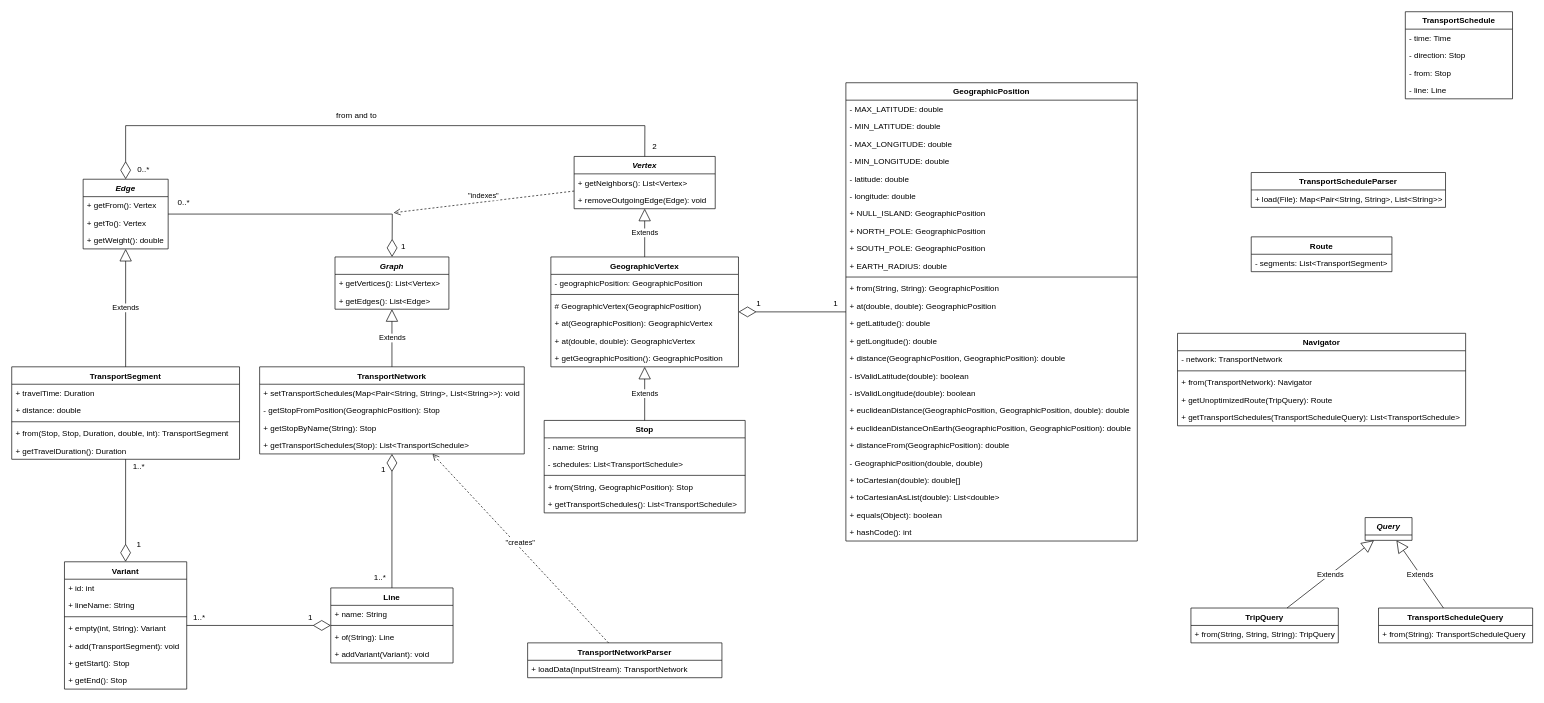
Before: diagrams/model.drawio in SkyNalix/MoriaMap, a draw.io diagram. Source tidied: cells renumbered, new cells numbered last; positions are measured from the earlier drawing's top-left corner, leaving out a move shared by most shapes. Both pictures are drawn from the tidied source at 67%, with x=0, y=0 at pixel (11, 11).
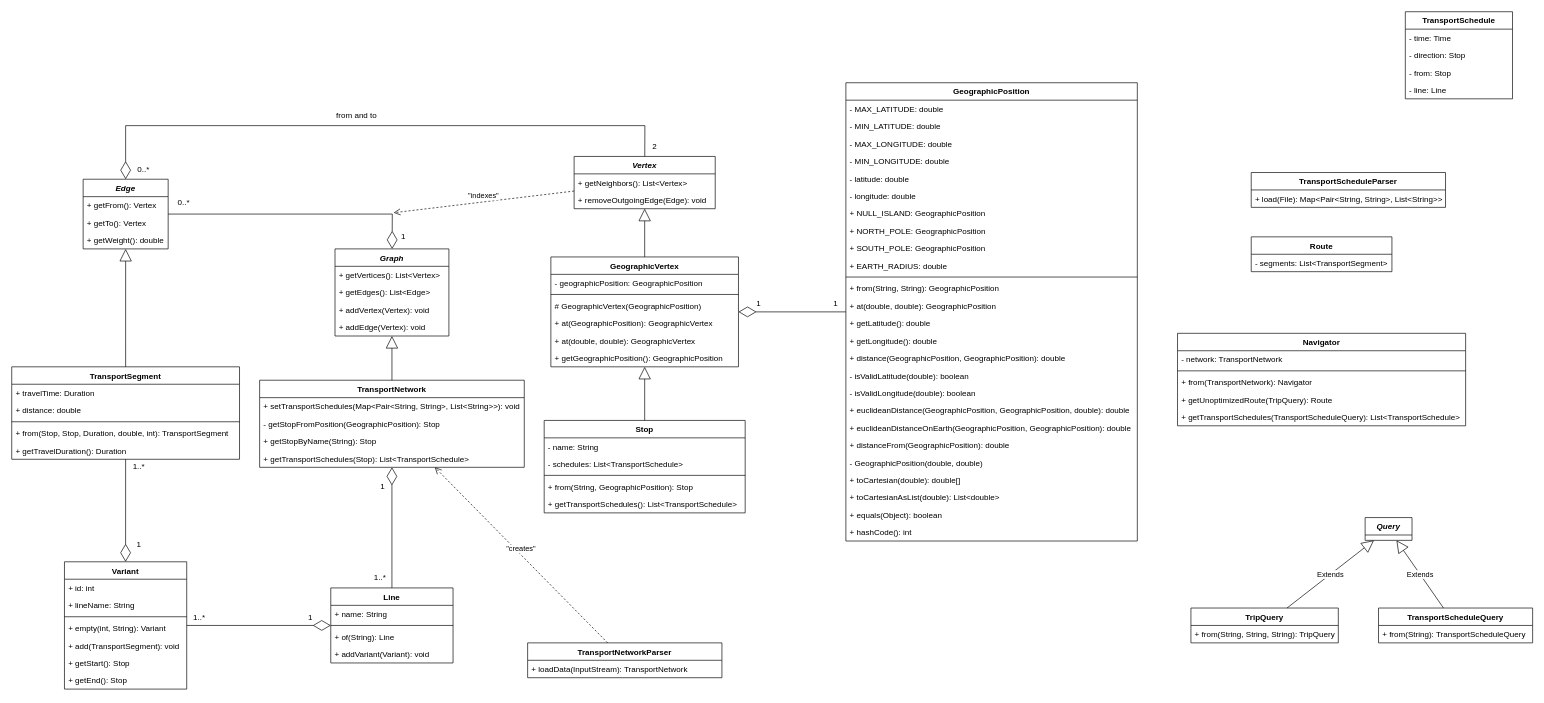
After the change.

Commit message (it also covers changes not shown here):
Add map of vertex to outgoing edges in Graph class

The change refers to these unchanged cells:
```xml
<mxCell id="18" value="Stop" style="swimlane;fontStyle=1;align=center;verticalAlign=top;horizontal=1;startSize=26;" parent="1" vertex="1">
  <mxGeometry x="794.7" y="610" width="300" height="138" as="geometry" />
</mxCell>
<mxCell id="24" value="Vertex" style="swimlane;fontStyle=3;align=center;verticalAlign=top;horizontal=1;startSize=26;" parent="1" vertex="1">
  <mxGeometry x="839.4" y="216" width="210.6" height="78" as="geometry" />
</mxCell>
<mxCell id="64" value="Edge" style="swimlane;fontStyle=3;align=center;verticalAlign=top;horizontal=1;startSize=26;" parent="1" vertex="1">
  <mxGeometry x="106.6" y="250" width="126.9" height="104" as="geometry" />
</mxCell>
<mxCell id="68" value="TransportSegment" style="swimlane;fontStyle=1;align=center;verticalAlign=top;horizontal=1;startSize=26;" parent="1" vertex="1">
  <mxGeometry y="530" width="340" height="138" as="geometry" />
</mxCell>
<mxCell id="82" value="GeographicVertex" style="swimlane;fontStyle=1;align=center;verticalAlign=top;horizontal=1;startSize=26;" parent="1" vertex="1">
  <mxGeometry x="804.7" y="366" width="280" height="164" as="geometry" />
</mxCell>
```

Change to the diagram source:
```diff
@@
     <mxCell id="2" value="Graph" style="swimlane;fontStyle=3;align=center;verticalAlign=top;horizontal=1;startSize=26;" parent="1" vertex="1">
-      <mxGeometry x="482.5" y="366" width="170" height="78" as="geometry" />
+      <mxGeometry x="482.5" y="354" width="170" height="130" as="geometry" />
     </mxCell>
@@
+    <mxCell id="125" value="+ addVertex(Vertex): void" style="text;strokeColor=none;fillColor=none;align=left;verticalAlign=top;spacingLeft=4;spacingRight=4;overflow=hidden;" parent="2" vertex="1">
+      <mxGeometry y="78" width="170" height="26" as="geometry" />
+    </mxCell>
+    <mxCell id="126" value="+ addEdge(Vertex): void" style="text;strokeColor=none;fillColor=none;align=left;verticalAlign=top;spacingLeft=4;spacingRight=4;overflow=hidden;" parent="2" vertex="1">
+      <mxGeometry y="104" width="170" height="26" as="geometry" />
+    </mxCell>
@@
     <mxCell id="7" value="TransportNetwork" style="swimlane;fontStyle=1;align=center;verticalAlign=top;horizontal=1;startSize=26;" parent="1" vertex="1">
-      <mxGeometry x="370" y="530" width="395" height="130" as="geometry" />
+      <mxGeometry x="370" y="550" width="395" height="130" as="geometry" />
     </mxCell>
@@
-    <mxCell id="12" value="Extends" style="endArrow=block;endSize=16;endFill=0;html=1;rounded=0;" parent="1" edge="1" source="7" target="2">
-      <mxGeometry relative="1" as="geometry" />
-    </mxCell>
@@
-    <mxCell id="81" value="Extends" style="endArrow=block;endSize=16;endFill=0;html=1;rounded=0;" parent="1" edge="1" source="82" target="24">
+    <mxCell id="81" style="endArrow=block;endSize=16;endFill=0;html=1;rounded=0;" parent="1" edge="1" source="82" target="24">
       <mxGeometry relative="1" as="geometry" />
     </mxCell>
@@
-    <mxCell id="89" value="Extends" style="endArrow=block;endSize=16;endFill=0;html=1;rounded=0;" parent="1" edge="1" source="18" target="82">
+    <mxCell id="89" style="endArrow=block;endSize=16;endFill=0;html=1;rounded=0;" parent="1" edge="1" source="18" target="82">
       <mxGeometry relative="1" as="geometry" />
     </mxCell>
@@
-    <mxCell id="93" value="Extends" style="endArrow=block;endSize=16;endFill=0;html=1;rounded=0;" parent="1" edge="1" source="68" target="64">
+    <mxCell id="93" style="endArrow=block;endSize=16;endFill=0;html=1;rounded=0;" parent="1" edge="1" source="68" target="64">
       <mxGeometry relative="1" as="geometry" />
     </mxCell>
@@
     <mxCell id="111" value="1" style="text;html=1;strokeColor=none;fillColor=none;align=center;verticalAlign=middle;whiteSpace=wrap;rounded=0;" parent="1" vertex="1">
-      <mxGeometry x="525" y="668" width="60" height="30" as="geometry" />
+      <mxGeometry x="524" y="694" width="60" height="30" as="geometry" />
     </mxCell>
@@
     <mxCell id="122" value="1" style="text;html=1;strokeColor=none;fillColor=none;align=center;verticalAlign=middle;whiteSpace=wrap;rounded=0;" parent="1" vertex="1">
-      <mxGeometry x="555" y="336" width="60" height="30" as="geometry" />
+      <mxGeometry x="555" y="320" width="60" height="30" as="geometry" />
     </mxCell>
@@
+    <mxCell id="12" style="endArrow=block;endSize=16;endFill=0;html=1;rounded=0;" parent="1" edge="1" source="7" target="2">
+      <mxGeometry relative="1" as="geometry" />
+    </mxCell>
```
